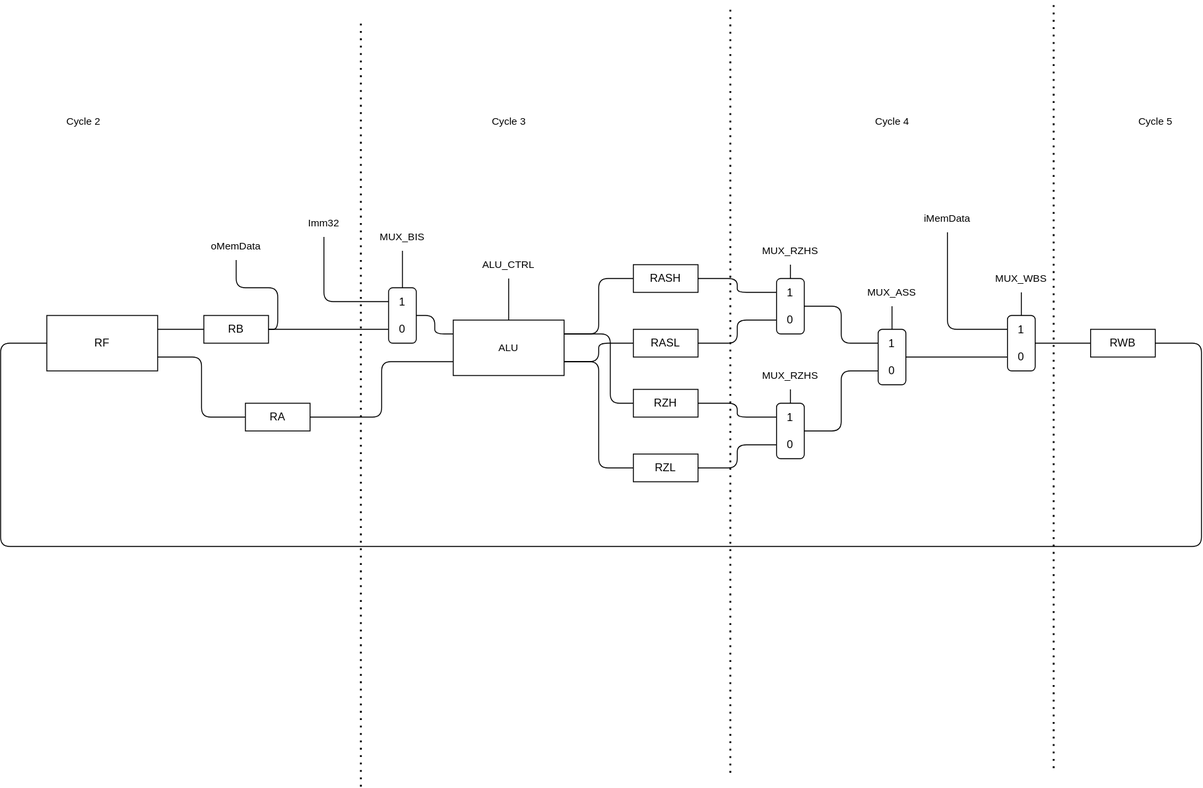
Earlier version of the draw.io export sh.drawio.svg (Jchisholm204/MiniSRC). Source tidied: cells renumbered, new cells last; positions are measured from the earlier drawing's top-left corner, leaving out a move shared by most shapes.
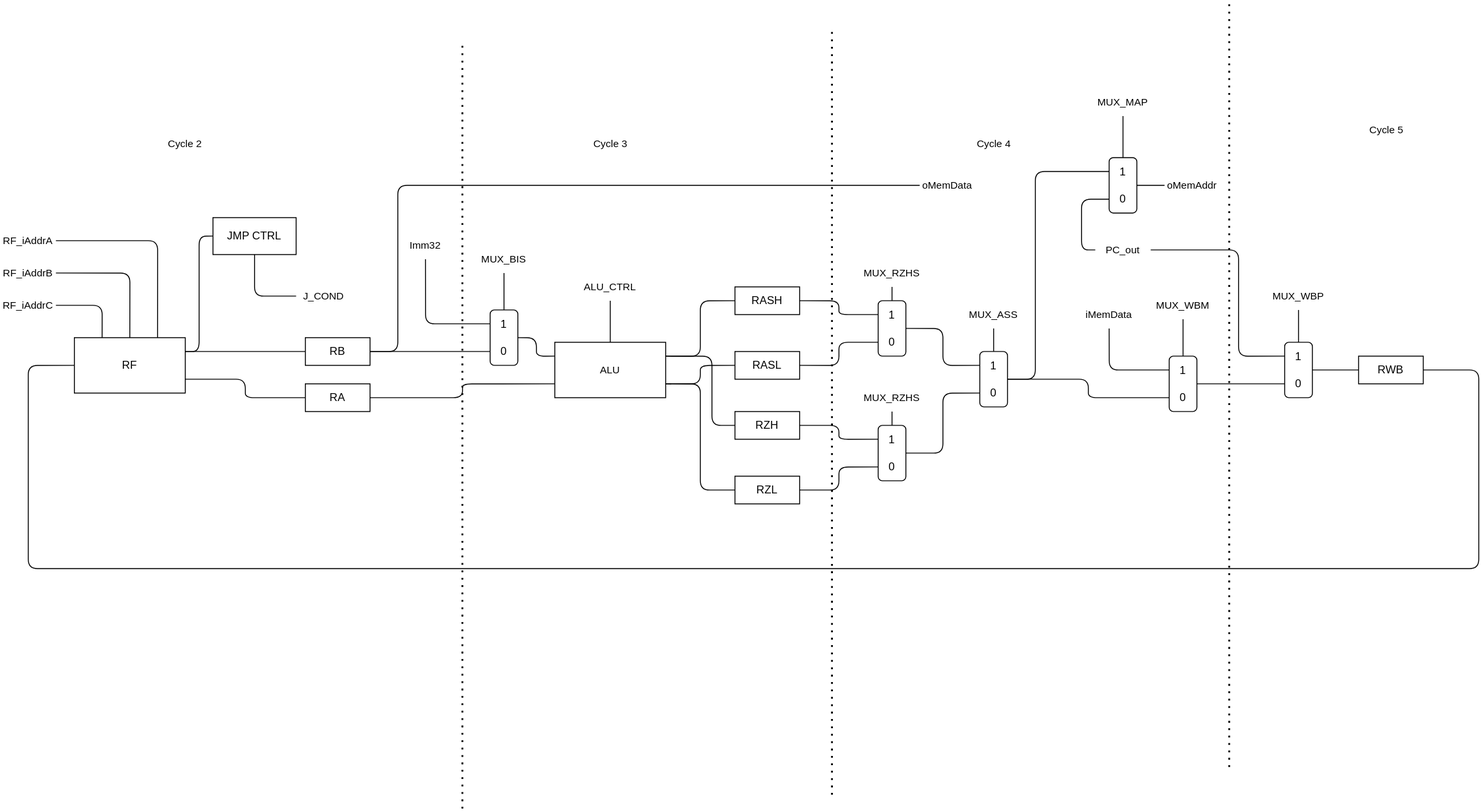
After the change.

Change to the diagram source:
```diff
@@ -8,15 +8,24 @@
     <mxCell id="3" style="edgeStyle=orthogonalEdgeStyle;shape=connector;rounded=1;html=1;exitX=1;exitY=0.25;exitDx=0;exitDy=0;entryX=0;entryY=0.5;entryDx=0;entryDy=0;labelBackgroundColor=default;strokeColor=default;fontFamily=Helvetica;fontSize=11;fontColor=default;endArrow=none;endFill=0;" parent="1" edge="1" source="4" target="7">
       <mxGeometry relative="1" as="geometry" />
     </mxCell>
+    <mxCell id="59" style="edgeStyle=orthogonalEdgeStyle;shape=connector;rounded=1;html=1;exitX=1;exitY=0.25;exitDx=0;exitDy=0;entryX=0;entryY=0.5;entryDx=0;entryDy=0;labelBackgroundColor=default;strokeColor=default;fontFamily=Helvetica;fontSize=11;fontColor=default;endArrow=none;endFill=0;" parent="1" edge="1" source="4" target="82">
+      <mxGeometry relative="1" as="geometry" />
+    </mxCell>
     <mxCell id="4" value="RF" style="rounded=0;whiteSpace=wrap;html=1;" parent="1" vertex="1">
-      <mxGeometry x="50" y="340" width="120" height="60" as="geometry" />
+      <mxGeometry x="-30" y="340" width="120" height="60" as="geometry" />
     </mxCell>
     <mxCell id="5" style="edgeStyle=orthogonalEdgeStyle;shape=connector;rounded=1;html=1;exitX=1;exitY=0.5;exitDx=0;exitDy=0;entryX=0;entryY=0.75;entryDx=0;entryDy=0;labelBackgroundColor=default;strokeColor=default;fontFamily=Helvetica;fontSize=11;fontColor=default;endArrow=none;endFill=0;" parent="1" edge="1" source="7" target="10">
       <mxGeometry relative="1" as="geometry" />
     </mxCell>
-    <mxCell id="6" style="edgeStyle=orthogonalEdgeStyle;shape=connector;rounded=1;html=1;exitX=1;exitY=0.5;exitDx=0;exitDy=0;labelBackgroundColor=default;strokeColor=default;fontFamily=Helvetica;fontSize=11;fontColor=default;endArrow=none;endFill=0;" parent="1" edge="1" source="7" target="58">
-      <mxGeometry relative="1" as="geometry" />
-    </mxCell>
+    <mxCell id="60" style="edgeStyle=orthogonalEdgeStyle;shape=connector;rounded=1;html=1;entryX=0;entryY=0.5;entryDx=0;entryDy=0;labelBackgroundColor=default;strokeColor=default;fontFamily=Helvetica;fontSize=11;fontColor=default;endArrow=none;endFill=0;" parent="1" edge="1" target="58">
+      <mxGeometry relative="1" as="geometry">
+        <mxPoint x="290" y="355" as="sourcePoint" />
+        <Array as="points">
+          <mxPoint x="320" y="355" />
+          <mxPoint x="320" y="175" />
+        </Array>
+      </mxGeometry>
+    </mxCell>
     <mxCell id="7" value="RB" style="rounded=0;whiteSpace=wrap;html=1;" parent="1" vertex="1">
       <mxGeometry x="220" y="340" width="70" height="30" as="geometry" />
     </mxCell>
@@ -33,7 +42,7 @@
       <mxGeometry relative="1" as="geometry" />
     </mxCell>
     <mxCell id="12" value="RA" style="rounded=0;whiteSpace=wrap;html=1;" parent="1" vertex="1">
-      <mxGeometry x="265" y="435" width="70" height="30" as="geometry" />
+      <mxGeometry x="220" y="390" width="70" height="30" as="geometry" />
     </mxCell>
     <mxCell id="13" style="edgeStyle=orthogonalEdgeStyle;shape=connector;rounded=1;html=1;exitX=1;exitY=0.75;exitDx=0;exitDy=0;entryX=0;entryY=0.5;entryDx=0;entryDy=0;labelBackgroundColor=default;strokeColor=default;fontFamily=Helvetica;fontSize=11;fontColor=default;endArrow=none;endFill=0;" parent="1" edge="1" source="17" target="21">
       <mxGeometry relative="1" as="geometry" />
@@ -109,6 +118,14 @@
     <mxCell id="35" style="edgeStyle=orthogonalEdgeStyle;shape=connector;rounded=1;html=1;exitX=1;exitY=0.5;exitDx=0;exitDy=0;entryX=0;entryY=0.75;entryDx=0;entryDy=0;labelBackgroundColor=default;strokeColor=default;fontFamily=Helvetica;fontSize=11;fontColor=default;endArrow=none;endFill=0;" parent="1" edge="1" source="36" target="43">
       <mxGeometry relative="1" as="geometry" />
     </mxCell>
+    <mxCell id="61" style="edgeStyle=orthogonalEdgeStyle;shape=connector;rounded=1;html=1;exitX=1;exitY=0.5;exitDx=0;exitDy=0;entryX=0;entryY=0.25;entryDx=0;entryDy=0;labelBackgroundColor=default;strokeColor=default;fontFamily=Helvetica;fontSize=11;fontColor=default;endArrow=none;endFill=0;" parent="1" edge="1" source="36" target="68">
+      <mxGeometry relative="1" as="geometry">
+        <Array as="points">
+          <mxPoint x="1010" y="385" />
+          <mxPoint x="1010" y="160" />
+        </Array>
+      </mxGeometry>
+    </mxCell>
     <mxCell id="36" value="1&lt;br&gt;&lt;br&gt;0" style="rounded=1;whiteSpace=wrap;html=1;" parent="1" vertex="1">
       <mxGeometry x="950" y="355" width="30" height="60" as="geometry" />
     </mxCell>
@@ -121,33 +138,33 @@
     <mxCell id="39" style="edgeStyle=orthogonalEdgeStyle;shape=connector;rounded=1;html=1;exitX=1;exitY=0.5;exitDx=0;exitDy=0;labelBackgroundColor=default;strokeColor=default;fontFamily=Helvetica;fontSize=11;fontColor=default;endArrow=none;endFill=0;entryX=0;entryY=0.5;entryDx=0;entryDy=0;" parent="1" edge="1" source="40" target="4">
       <mxGeometry relative="1" as="geometry">
         <Array as="points">
-          <mxPoint x="1300" y="370" />
-          <mxPoint x="1300" y="590" />
-          <mxPoint y="590" />
-          <mxPoint y="370" />
+          <mxPoint x="1490" y="375" />
+          <mxPoint x="1490" y="590" />
+          <mxPoint x="-80" y="590" />
+          <mxPoint x="-80" y="370" />
         </Array>
       </mxGeometry>
     </mxCell>
     <mxCell id="40" value="RWB" style="rounded=0;whiteSpace=wrap;html=1;" parent="1" vertex="1">
-      <mxGeometry x="1180" y="355" width="70" height="30" as="geometry" />
+      <mxGeometry x="1360" y="360" width="70" height="30" as="geometry" />
     </mxCell>
-    <mxCell id="41" style="edgeStyle=orthogonalEdgeStyle;shape=connector;rounded=1;html=1;exitX=1;exitY=0.5;exitDx=0;exitDy=0;entryX=0;entryY=0.5;entryDx=0;entryDy=0;labelBackgroundColor=default;strokeColor=default;fontFamily=Helvetica;fontSize=11;fontColor=default;endArrow=none;endFill=0;" parent="1" edge="1" source="43" target="40">
-      <mxGeometry relative="1" as="geometry" />
-    </mxCell>
     <mxCell id="42" style="edgeStyle=orthogonalEdgeStyle;shape=connector;rounded=1;html=1;exitX=0.5;exitY=0;exitDx=0;exitDy=0;entryX=0.5;entryY=1;entryDx=0;entryDy=0;labelBackgroundColor=default;strokeColor=default;fontFamily=Helvetica;fontSize=11;fontColor=default;endArrow=none;endFill=0;" parent="1" edge="1" source="43" target="44">
       <mxGeometry relative="1" as="geometry" />
     </mxCell>
+    <mxCell id="62" style="edgeStyle=orthogonalEdgeStyle;shape=connector;rounded=1;html=1;exitX=1;exitY=0.5;exitDx=0;exitDy=0;entryX=0;entryY=0.75;entryDx=0;entryDy=0;labelBackgroundColor=default;strokeColor=default;fontFamily=Helvetica;fontSize=11;fontColor=default;endArrow=none;endFill=0;" parent="1" edge="1" source="43" target="64">
+      <mxGeometry relative="1" as="geometry" />
+    </mxCell>
     <mxCell id="43" value="1&lt;br&gt;&lt;br&gt;0" style="rounded=1;whiteSpace=wrap;html=1;" parent="1" vertex="1">
-      <mxGeometry x="1090" y="340" width="30" height="60" as="geometry" />
+      <mxGeometry x="1155" y="360" width="30" height="60" as="geometry" />
     </mxCell>
-    <mxCell id="44" value="MUX_WBS" style="text;html=1;strokeColor=none;fillColor=none;align=center;verticalAlign=middle;whiteSpace=wrap;rounded=0;fontFamily=Helvetica;fontSize=11;fontColor=default;" parent="1" vertex="1">
-      <mxGeometry x="1075" y="285" width="60" height="30" as="geometry" />
+    <mxCell id="44" value="MUX_WBM" style="text;html=1;strokeColor=none;fillColor=none;align=center;verticalAlign=middle;whiteSpace=wrap;rounded=0;fontFamily=Helvetica;fontSize=11;fontColor=default;" parent="1" vertex="1">
+      <mxGeometry x="1140" y="290" width="60" height="30" as="geometry" />
     </mxCell>
     <mxCell id="45" style="edgeStyle=orthogonalEdgeStyle;shape=connector;rounded=1;html=1;exitX=0.5;exitY=1;exitDx=0;exitDy=0;entryX=0;entryY=0.25;entryDx=0;entryDy=0;labelBackgroundColor=default;strokeColor=default;fontFamily=Helvetica;fontSize=11;fontColor=default;endArrow=none;endFill=0;" parent="1" edge="1" source="46" target="43">
       <mxGeometry relative="1" as="geometry" />
     </mxCell>
     <mxCell id="46" value="iMemData" style="text;html=1;strokeColor=none;fillColor=none;align=center;verticalAlign=middle;whiteSpace=wrap;rounded=0;fontFamily=Helvetica;fontSize=11;fontColor=default;" parent="1" vertex="1">
-      <mxGeometry x="995" y="220" width="60" height="30" as="geometry" />
+      <mxGeometry x="1060" y="300" width="60" height="30" as="geometry" />
     </mxCell>
     <mxCell id="47" style="endArrow=none;dashed=1;html=1;dashPattern=1 3;strokeWidth=2;rounded=1;labelBackgroundColor=default;strokeColor=default;fontFamily=Helvetica;fontSize=11;fontColor=default;shape=connector;" parent="1" edge="1">
       <mxGeometry relative="1" as="geometry">
@@ -163,8 +180,8 @@
     </mxCell>
     <mxCell id="49" style="endArrow=none;dashed=1;html=1;dashPattern=1 3;strokeWidth=2;rounded=1;labelBackgroundColor=default;strokeColor=default;fontFamily=Helvetica;fontSize=11;fontColor=default;shape=connector;" parent="1" edge="1">
       <mxGeometry relative="1" as="geometry">
-        <mxPoint x="1140" y="830" as="sourcePoint" />
-        <mxPoint x="1140" as="targetPoint" />
+        <mxPoint x="1220" y="805" as="sourcePoint" />
+        <mxPoint x="1220" y="-25" as="targetPoint" />
       </mxGeometry>
     </mxCell>
     <mxCell id="50" value="Cycle 2" style="text;html=1;strokeColor=none;fillColor=none;align=center;verticalAlign=middle;whiteSpace=wrap;rounded=0;strokeWidth=0;fontFamily=Helvetica;fontSize=11;fontColor=default;" parent="1" vertex="1">
@@ -177,7 +194,7 @@
       <mxGeometry x="935" y="115" width="60" height="30" as="geometry" />
     </mxCell>
     <mxCell id="53" value="Cycle 5" style="text;html=1;align=center;verticalAlign=middle;strokeColor=none;fillColor=none;fontSize=11;fontFamily=Helvetica;fontColor=default;" parent="1" vertex="1">
-      <mxGeometry x="1220" y="115" width="60" height="30" as="geometry" />
+      <mxGeometry x="1360" y="100" width="60" height="30" as="geometry" />
     </mxCell>
     <mxCell id="54" style="edgeStyle=orthogonalEdgeStyle;shape=connector;rounded=1;html=1;exitX=0.5;exitY=1;exitDx=0;exitDy=0;entryX=0;entryY=0.25;entryDx=0;entryDy=0;labelBackgroundColor=default;strokeColor=default;fontFamily=Helvetica;fontSize=11;fontColor=default;endArrow=none;endFill=0;" parent="1" edge="1" source="55" target="10">
       <mxGeometry relative="1" as="geometry">
@@ -197,7 +214,80 @@
       <mxGeometry x="520" y="270" width="60" height="30" as="geometry" />
     </mxCell>
     <mxCell id="58" value="oMemData" style="text;html=1;strokeColor=none;fillColor=none;align=center;verticalAlign=middle;whiteSpace=wrap;rounded=0;strokeWidth=0;fontFamily=Helvetica;fontSize=11;fontColor=default;" parent="1" vertex="1">
-      <mxGeometry x="225" y="250" width="60" height="30" as="geometry" />
+      <mxGeometry x="885" y="160" width="60" height="30" as="geometry" />
     </mxCell>
+    <mxCell id="63" style="edgeStyle=orthogonalEdgeStyle;shape=connector;rounded=1;html=1;exitX=1;exitY=0.5;exitDx=0;exitDy=0;entryX=0;entryY=0.5;entryDx=0;entryDy=0;labelBackgroundColor=default;strokeColor=default;fontFamily=Helvetica;fontSize=11;fontColor=default;endArrow=none;endFill=0;" parent="1" edge="1" source="64" target="40">
+      <mxGeometry relative="1" as="geometry" />
+    </mxCell>
+    <mxCell id="64" value="1&lt;br&gt;&lt;br&gt;0" style="rounded=1;whiteSpace=wrap;html=1;" parent="1" vertex="1">
+      <mxGeometry x="1280" y="345" width="30" height="60" as="geometry" />
+    </mxCell>
+    <mxCell id="65" style="edgeStyle=orthogonalEdgeStyle;shape=connector;rounded=1;html=1;exitX=0.5;exitY=1;exitDx=0;exitDy=0;entryX=0.5;entryY=0;entryDx=0;entryDy=0;labelBackgroundColor=default;strokeColor=default;fontFamily=Helvetica;fontSize=11;fontColor=default;endArrow=none;endFill=0;" parent="1" edge="1" source="66" target="64">
+      <mxGeometry relative="1" as="geometry" />
+    </mxCell>
+    <mxCell id="66" value="MUX_WBP" style="text;html=1;strokeColor=none;fillColor=none;align=center;verticalAlign=middle;whiteSpace=wrap;rounded=0;fontFamily=Helvetica;fontSize=11;fontColor=default;" parent="1" vertex="1">
+      <mxGeometry x="1265" y="280" width="60" height="30" as="geometry" />
+    </mxCell>
+    <mxCell id="67" style="edgeStyle=orthogonalEdgeStyle;shape=connector;rounded=1;html=1;exitX=1;exitY=0.5;exitDx=0;exitDy=0;entryX=0;entryY=0.5;entryDx=0;entryDy=0;labelBackgroundColor=default;strokeColor=default;fontFamily=Helvetica;fontSize=11;fontColor=default;endArrow=none;endFill=0;" parent="1" edge="1" source="68" target="74">
+      <mxGeometry relative="1" as="geometry" />
+    </mxCell>
+    <mxCell id="68" value="1&lt;br&gt;&lt;br&gt;0" style="rounded=1;whiteSpace=wrap;html=1;" parent="1" vertex="1">
+      <mxGeometry x="1090" y="145" width="30" height="60" as="geometry" />
+    </mxCell>
+    <mxCell id="69" style="edgeStyle=orthogonalEdgeStyle;shape=connector;rounded=1;html=1;exitX=0;exitY=0.5;exitDx=0;exitDy=0;entryX=0;entryY=0.75;entryDx=0;entryDy=0;labelBackgroundColor=default;strokeColor=default;fontFamily=Helvetica;fontSize=11;fontColor=default;endArrow=none;endFill=0;" parent="1" edge="1" source="71" target="68">
+      <mxGeometry relative="1" as="geometry">
+        <Array as="points">
+          <mxPoint x="1060" y="245" />
+          <mxPoint x="1060" y="190" />
+        </Array>
+      </mxGeometry>
+    </mxCell>
+    <mxCell id="70" style="edgeStyle=orthogonalEdgeStyle;shape=connector;rounded=1;html=1;exitX=1;exitY=0.5;exitDx=0;exitDy=0;entryX=0;entryY=0.25;entryDx=0;entryDy=0;labelBackgroundColor=default;strokeColor=default;fontFamily=Helvetica;fontSize=11;fontColor=default;endArrow=none;endFill=0;" parent="1" edge="1" source="71" target="64">
+      <mxGeometry relative="1" as="geometry">
+        <Array as="points">
+          <mxPoint x="1230" y="245" />
+          <mxPoint x="1230" y="360" />
+        </Array>
+      </mxGeometry>
+    </mxCell>
+    <mxCell id="71" value="PC_out" style="text;html=1;strokeColor=none;fillColor=none;align=center;verticalAlign=middle;whiteSpace=wrap;rounded=0;fontFamily=Helvetica;fontSize=11;fontColor=default;" parent="1" vertex="1">
+      <mxGeometry x="1075" y="230" width="60" height="30" as="geometry" />
+    </mxCell>
+    <mxCell id="72" style="edgeStyle=orthogonalEdgeStyle;shape=connector;rounded=1;html=1;exitX=0.5;exitY=1;exitDx=0;exitDy=0;entryX=0.5;entryY=0;entryDx=0;entryDy=0;labelBackgroundColor=default;strokeColor=default;fontFamily=Helvetica;fontSize=11;fontColor=default;endArrow=none;endFill=0;" parent="1" edge="1" source="73" target="68">
+      <mxGeometry relative="1" as="geometry" />
+    </mxCell>
+    <mxCell id="73" value="MUX_MAP" style="text;html=1;strokeColor=none;fillColor=none;align=center;verticalAlign=middle;whiteSpace=wrap;rounded=0;fontFamily=Helvetica;fontSize=11;fontColor=default;" parent="1" vertex="1">
+      <mxGeometry x="1075" y="70" width="60" height="30" as="geometry" />
+    </mxCell>
+    <mxCell id="74" value="oMemAddr" style="text;html=1;strokeColor=none;fillColor=none;align=center;verticalAlign=middle;whiteSpace=wrap;rounded=0;fontFamily=Helvetica;fontSize=11;fontColor=default;" parent="1" vertex="1">
+      <mxGeometry x="1150" y="160" width="60" height="30" as="geometry" />
+    </mxCell>
+    <mxCell id="75" style="edgeStyle=orthogonalEdgeStyle;shape=connector;rounded=1;html=1;exitX=1;exitY=0.5;exitDx=0;exitDy=0;entryX=0.25;entryY=0;entryDx=0;entryDy=0;labelBackgroundColor=default;strokeColor=default;fontFamily=Helvetica;fontSize=11;fontColor=default;endArrow=none;endFill=0;" parent="1" edge="1" source="76" target="4">
+      <mxGeometry relative="1" as="geometry" />
+    </mxCell>
+    <mxCell id="76" value="RF_iAddrC" style="text;html=1;strokeColor=none;fillColor=none;align=center;verticalAlign=middle;whiteSpace=wrap;rounded=0;strokeWidth=0;fontFamily=Helvetica;fontSize=11;fontColor=default;" parent="1" vertex="1">
+      <mxGeometry x="-110" y="290" width="60" height="30" as="geometry" />
+    </mxCell>
+    <mxCell id="77" style="edgeStyle=orthogonalEdgeStyle;shape=connector;rounded=1;html=1;exitX=1;exitY=0.5;exitDx=0;exitDy=0;entryX=0.5;entryY=0;entryDx=0;entryDy=0;labelBackgroundColor=default;strokeColor=default;fontFamily=Helvetica;fontSize=11;fontColor=default;endArrow=none;endFill=0;" parent="1" edge="1" source="78" target="4">
+      <mxGeometry relative="1" as="geometry" />
+    </mxCell>
+    <mxCell id="78" value="RF_iAddrB" style="text;html=1;strokeColor=none;fillColor=none;align=center;verticalAlign=middle;whiteSpace=wrap;rounded=0;strokeWidth=0;fontFamily=Helvetica;fontSize=11;fontColor=default;" parent="1" vertex="1">
+      <mxGeometry x="-110" y="255" width="60" height="30" as="geometry" />
+    </mxCell>
+    <mxCell id="79" style="edgeStyle=orthogonalEdgeStyle;shape=connector;rounded=1;html=1;exitX=1;exitY=0.5;exitDx=0;exitDy=0;entryX=0.75;entryY=0;entryDx=0;entryDy=0;labelBackgroundColor=default;strokeColor=default;fontFamily=Helvetica;fontSize=11;fontColor=default;endArrow=none;endFill=0;" parent="1" edge="1" source="80" target="4">
+      <mxGeometry relative="1" as="geometry" />
+    </mxCell>
+    <mxCell id="80" value="RF_iAddrA" style="text;html=1;strokeColor=none;fillColor=none;align=center;verticalAlign=middle;whiteSpace=wrap;rounded=0;strokeWidth=0;fontFamily=Helvetica;fontSize=11;fontColor=default;" parent="1" vertex="1">
+      <mxGeometry x="-110" y="220" width="60" height="30" as="geometry" />
+    </mxCell>
+    <mxCell id="81" style="edgeStyle=orthogonalEdgeStyle;shape=connector;rounded=1;html=1;exitX=0.5;exitY=1;exitDx=0;exitDy=0;entryX=0;entryY=0.5;entryDx=0;entryDy=0;labelBackgroundColor=default;strokeColor=default;fontFamily=Helvetica;fontSize=11;fontColor=default;endArrow=none;endFill=0;" parent="1" edge="1" source="82" target="83">
+      <mxGeometry relative="1" as="geometry" />
+    </mxCell>
+    <mxCell id="82" value="JMP CTRL" style="rounded=0;whiteSpace=wrap;html=1;" parent="1" vertex="1">
+      <mxGeometry x="120" y="210" width="90" height="40" as="geometry" />
+    </mxCell>
+    <mxCell id="83" value="J_COND" style="text;html=1;strokeColor=none;fillColor=none;align=center;verticalAlign=middle;whiteSpace=wrap;rounded=0;strokeWidth=0;fontFamily=Helvetica;fontSize=11;fontColor=default;" parent="1" vertex="1">
+      <mxGeometry x="210" y="280" width="60" height="30" as="geometry" />
+    </mxCell>
   </root>
 </mxGraphModel>
```
